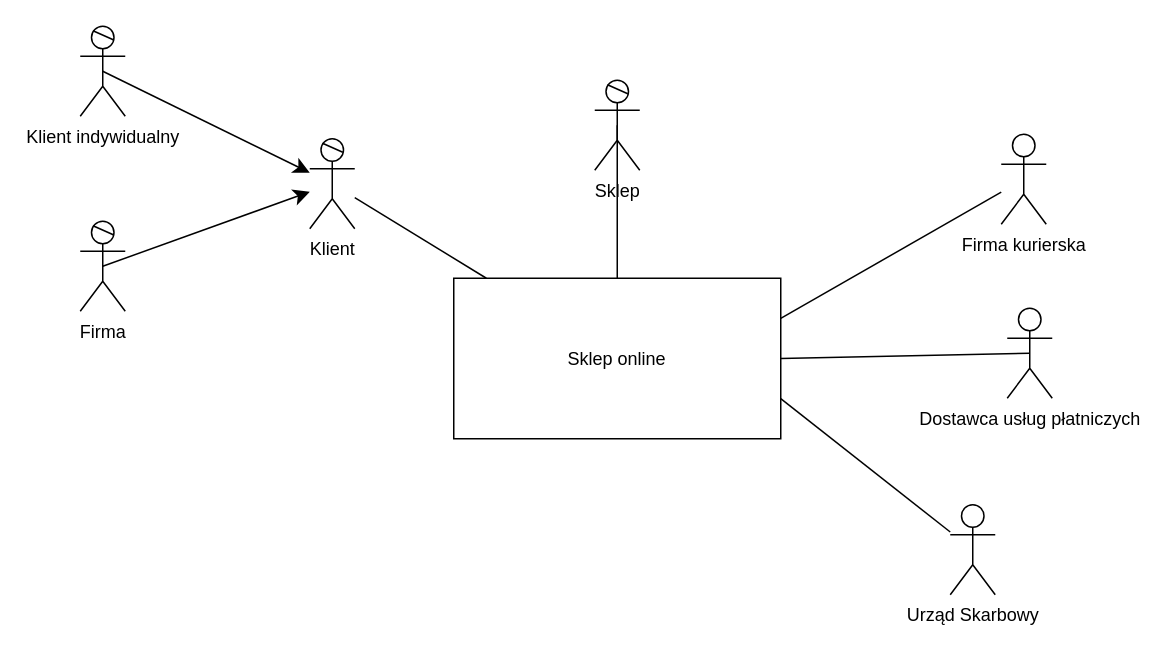
Earlier version of the draw.io diagram Diagram bez tytułu.drawio (Tarik-Alaiwi-dev/psi). Source tidied: cells renumbered, new cells numbered last; positions are measured from the earlier drawing's top-left corner, leaving out a move shared by most shapes. Both pictures are drawn from the tidied source at 150%, with x=0, y=0 at pixel (80, 26).
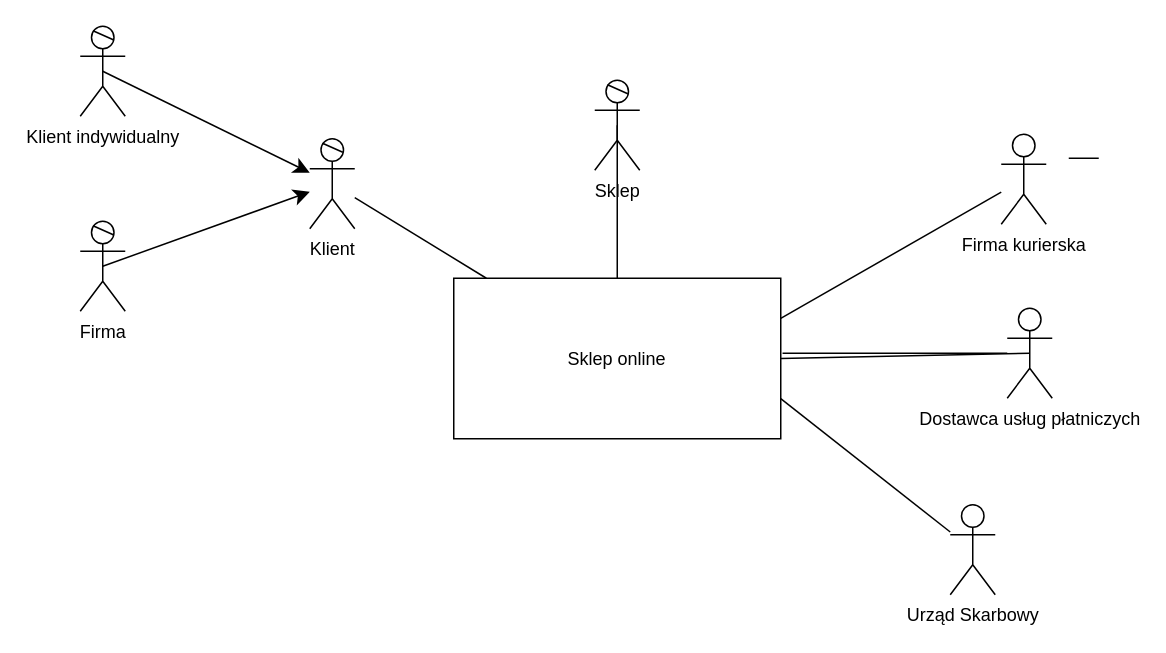
The same page after the edit.

Unchanged cells that the change refers to:
```xml
<mxCell id="11" value="Dostawca usług płatniczych" style="shape=umlActor;verticalLabelPosition=bottom;verticalAlign=top;html=1;" parent="1" vertex="1">
  <mxGeometry x="618" y="188" width="30" height="60" as="geometry" />
</mxCell>
```

The edit, as a diff of the source:
```diff
@@
+    <mxCell id="21" style="rounded=0;jettySize=auto;html=1;endArrow=none;endFill=0;" parent="1" edge="1" source="11">
+      <mxGeometry relative="1" as="geometry">
+        <mxPoint x="468.2" y="218" as="targetPoint" />
+      </mxGeometry>
+    </mxCell>
@@
+    <mxCell id="22" style="line;strokeWidth=1;fillColor=none;align=left;verticalAlign=middle;spacingTop=-1;spacingLeft=3;spacingRight=3;labelPosition=right;strokeColor=inherit;" parent="1" vertex="1">
+      <mxGeometry x="659" y="84" width="20" height="8" as="geometry" />
+    </mxCell>
```
